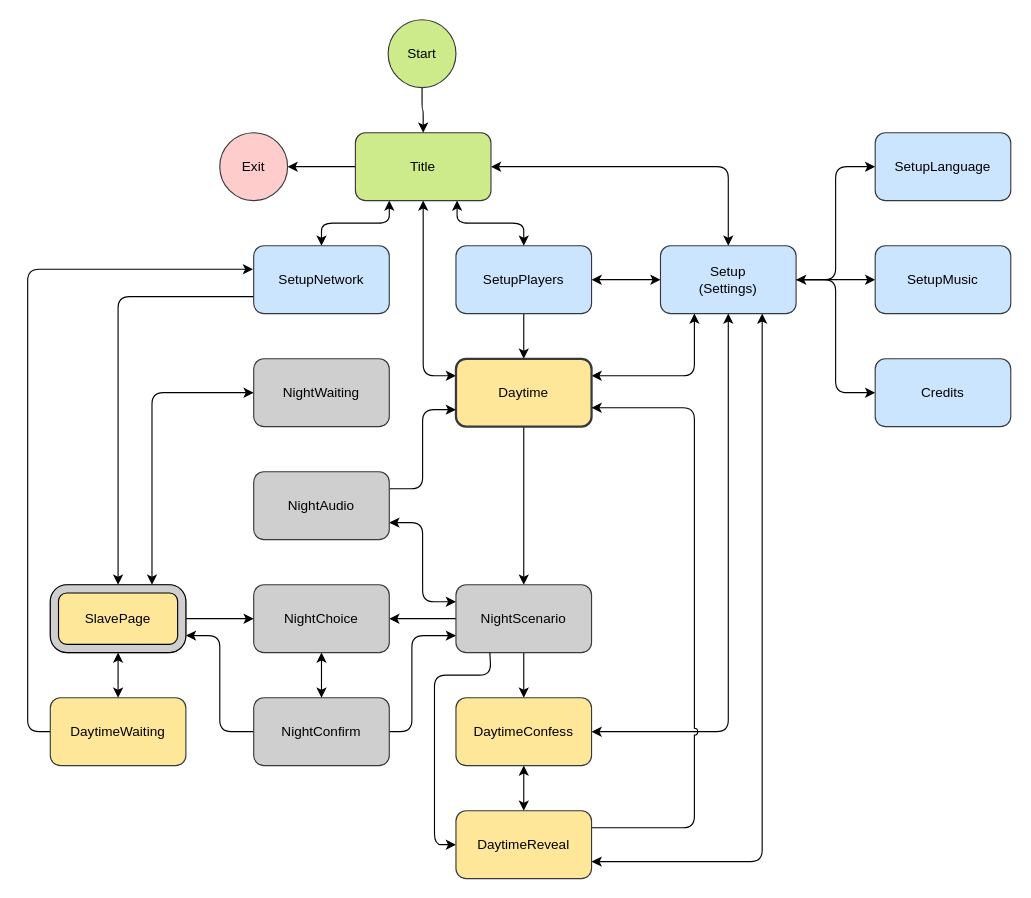
The draw.io diagram doc/Salem1692Moderator.drawio in ruittenb/salem-1692, before the edit. Source tidied: cells renumbered, new cells numbered last; positions are measured from the earlier drawing's top-left corner, leaving out a move shared by most shapes. Both pictures are drawn from the tidied source at 113%, with x=0, y=0 at pixel (50, 19).
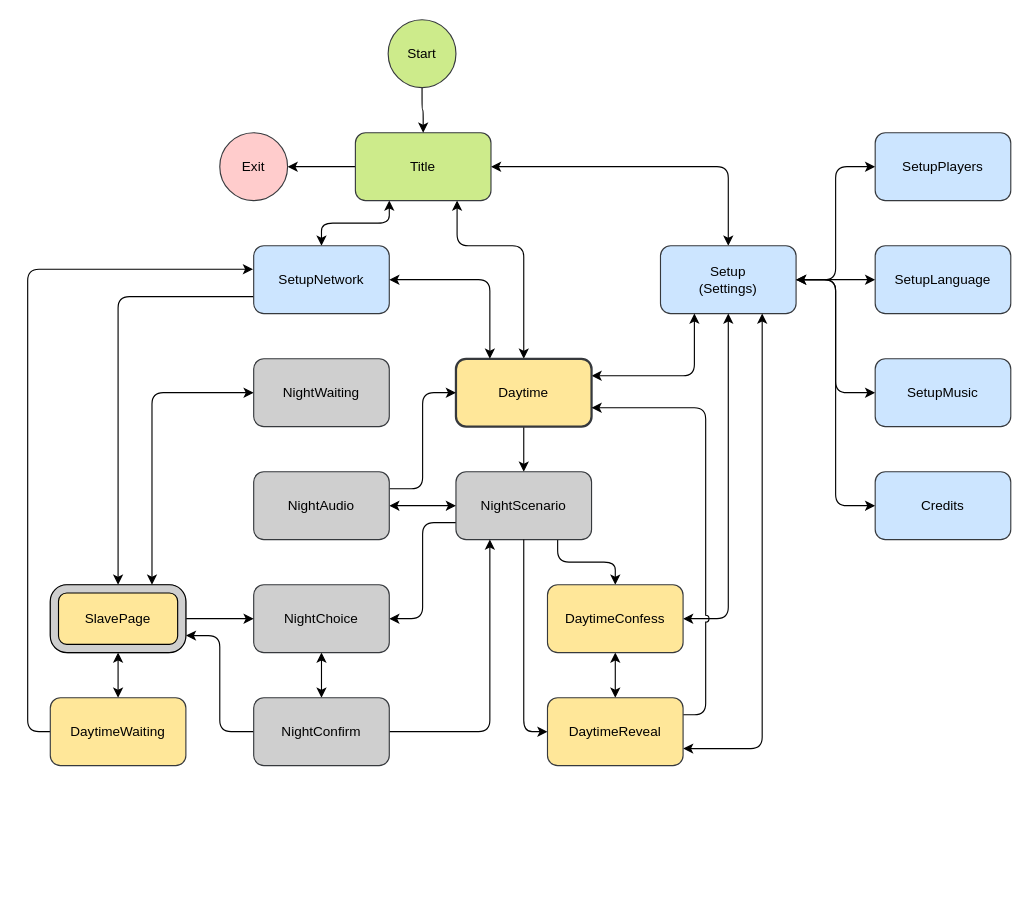
Above is the later version.

Commit message (it also covers changes not shown here):
Updated diagram; also fit on one page

The change refers to these unchanged cells:
```xml
<mxCell id="7" value="Title" style="whiteSpace=wrap;html=1;fillColor=#cdeb8b;strokeColor=#36393d;rounded=1;" parent="1" vertex="1">
  <mxGeometry x="270" y="100" width="120" height="60" as="geometry" />
</mxCell>
<mxCell id="12" value="Setup&lt;br&gt;(Settings)" style="whiteSpace=wrap;html=1;fillColor=#cce5ff;strokeColor=#36393d;rounded=1;" parent="1" vertex="1">
  <mxGeometry x="540" y="200" width="120" height="60" as="geometry" />
</mxCell>
<mxCell id="23" value="Daytime" style="whiteSpace=wrap;html=1;strokeColor=#36393d;fillColor=#FFE799;strokeWidth=2;perimeterSpacing=0;rounded=1;" parent="1" vertex="1">
  <mxGeometry x="359" y="300" width="120" height="60" as="geometry" />
</mxCell>
<mxCell id="30" value="NightAudio" style="whiteSpace=wrap;html=1;strokeColor=#36393d;fillColor=#CFCFCF;rounded=1;" parent="1" vertex="1">
  <mxGeometry x="180" y="400" width="120" height="60" as="geometry" />
</mxCell>
<mxCell id="32" value="NightChoice" style="whiteSpace=wrap;html=1;strokeColor=#36393d;fillColor=#CFCFCF;rounded=1;" parent="1" vertex="1">
  <mxGeometry x="180" y="500" width="120" height="60" as="geometry" />
</mxCell>
<mxCell id="41" value="SetupNetwork" style="whiteSpace=wrap;html=1;fillColor=#cce5ff;strokeColor=#36393d;rounded=1;" parent="1" vertex="1">
  <mxGeometry x="180" y="200" width="120" height="60" as="geometry" />
</mxCell>
<mxCell id="44" value="NightConfirm" style="whiteSpace=wrap;html=1;strokeColor=#36393d;fillColor=#CFCFCF;rounded=1;" parent="1" vertex="1">
  <mxGeometry x="180" y="600" width="120" height="60" as="geometry" />
</mxCell>
```

Diff of the diagram source:
```diff
@@
-    <mxCell id="4" style="edgeStyle=orthogonalEdgeStyle;jettySize=auto;html=1;entryX=0.5;entryY=0;entryDx=0;entryDy=0;exitX=0.75;exitY=1;exitDx=0;exitDy=0;startArrow=classic;startFill=1;" parent="1" edge="1" source="7" target="17">
-      <mxGeometry relative="1" as="geometry" />
-    </mxCell>
@@
-    <mxCell id="6" style="edgeStyle=orthogonalEdgeStyle;comic=0;jumpStyle=arc;jettySize=auto;html=1;entryX=0;entryY=0.25;entryDx=0;entryDy=0;exitX=0.5;exitY=1;exitDx=0;exitDy=0;startArrow=classic;startFill=1;" parent="1" edge="1" source="7" target="23">
-      <mxGeometry relative="1" as="geometry" />
+    <mxCell id="6" style="edgeStyle=orthogonalEdgeStyle;comic=0;jumpStyle=arc;jettySize=auto;html=1;entryX=0.5;entryY=0;entryDx=0;entryDy=0;exitX=0.75;exitY=1;exitDx=0;exitDy=0;startArrow=classic;startFill=1;" parent="1" edge="1" source="7" target="23">
+      <mxGeometry relative="1" as="geometry">
+        <Array as="points">
+          <mxPoint x="360" y="200" />
+          <mxPoint x="419" y="200" />
+        </Array>
+      </mxGeometry>
     </mxCell>
@@
-    <mxCell id="8" style="edgeStyle=orthogonalEdgeStyle;jettySize=auto;html=1;entryX=1;entryY=0.5;entryDx=0;entryDy=0;exitX=0;exitY=0.5;exitDx=0;exitDy=0;startArrow=classic;startFill=1;" parent="1" edge="1" source="12" target="17">
+    <mxCell id="8" style="edgeStyle=orthogonalEdgeStyle;jettySize=auto;html=1;entryX=0;entryY=0.5;entryDx=0;entryDy=0;exitX=1;exitY=0.5;exitDx=0;exitDy=0;startArrow=classic;startFill=1;" parent="1" edge="1" source="12" target="17">
       <mxGeometry relative="1" as="geometry" />
     </mxCell>
@@
-    <mxCell id="10" style="edgeStyle=orthogonalEdgeStyle;jettySize=auto;html=1;startArrow=classic;startFill=1;" parent="1" edge="1" source="12" target="19">
+    <mxCell id="10" style="edgeStyle=orthogonalEdgeStyle;jettySize=auto;html=1;startArrow=classic;startFill=1;entryX=0;entryY=0.5;entryDx=0;entryDy=0;" parent="1" edge="1" source="12" target="19">
       <mxGeometry relative="1" as="geometry" />
     </mxCell>
@@
-    <mxCell id="16" style="jettySize=auto;html=1;entryX=0.5;entryY=0;entryDx=0;entryDy=0;exitX=0.5;exitY=1;exitDx=0;exitDy=0;edgeStyle=orthogonalEdgeStyle;" parent="1" edge="1" source="17" target="23">
-      <mxGeometry relative="1" as="geometry" />
-    </mxCell>
     <mxCell id="17" value="SetupPlayers" style="whiteSpace=wrap;html=1;fillColor=#cce5ff;strokeColor=#36393d;rounded=1;" parent="1" vertex="1">
-      <mxGeometry x="359" y="200" width="120" height="60" as="geometry" />
+      <mxGeometry x="730" y="100" width="120" height="60" as="geometry" />
     </mxCell>
     <mxCell id="18" value="SetupLanguage" style="whiteSpace=wrap;html=1;fillColor=#cce5ff;strokeColor=#36393d;rounded=1;" parent="1" vertex="1">
-      <mxGeometry x="730" y="100" width="120" height="60" as="geometry" />
+      <mxGeometry x="730" y="200" width="120" height="60" as="geometry" />
     </mxCell>
     <mxCell id="19" value="SetupMusic" style="whiteSpace=wrap;html=1;fillColor=#cce5ff;strokeColor=#36393d;rounded=1;" parent="1" vertex="1">
-      <mxGeometry x="730" y="200" width="120" height="60" as="geometry" />
+      <mxGeometry x="730" y="300" width="120" height="60" as="geometry" />
     </mxCell>
     <mxCell id="20" value="Credits" style="whiteSpace=wrap;html=1;fillColor=#cce5ff;strokeColor=#36393d;rounded=1;" parent="1" vertex="1">
-      <mxGeometry x="730" y="300" width="120" height="60" as="geometry" />
+      <mxGeometry x="730" y="400" width="120" height="60" as="geometry" />
     </mxCell>
@@
-    <mxCell id="24" style="edgeStyle=orthogonalEdgeStyle;jettySize=auto;html=1;startArrow=none;startFill=0;" parent="1" edge="1" source="26" target="35">
+    <mxCell id="24" style="edgeStyle=orthogonalEdgeStyle;jettySize=auto;html=1;startArrow=none;startFill=0;exitX=0.75;exitY=1;exitDx=0;exitDy=0;entryX=0.5;entryY=0;entryDx=0;entryDy=0;" parent="1" edge="1" source="26" target="35">
       <mxGeometry relative="1" as="geometry" />
     </mxCell>
-    <mxCell id="25" style="edgeStyle=orthogonalEdgeStyle;jettySize=auto;html=1;entryX=1;entryY=0.5;entryDx=0;entryDy=0;startArrow=none;startFill=0;jumpStyle=arc;exitX=0;exitY=0.5;exitDx=0;exitDy=0;" parent="1" edge="1" source="26" target="32">
+    <mxCell id="25" style="edgeStyle=orthogonalEdgeStyle;jettySize=auto;html=1;entryX=1;entryY=0.5;entryDx=0;entryDy=0;startArrow=none;startFill=0;jumpStyle=arc;exitX=0;exitY=0.75;exitDx=0;exitDy=0;" parent="1" edge="1" source="26" target="32">
       <mxGeometry relative="1" as="geometry" />
     </mxCell>
     <mxCell id="26" value="NightScenario" style="whiteSpace=wrap;html=1;strokeColor=#36393d;fillColor=#CFCFCF;perimeterSpacing=0;rounded=1;" parent="1" vertex="1">
-      <mxGeometry x="359" y="500" width="120" height="60" as="geometry" />
+      <mxGeometry x="359" y="400" width="120" height="60" as="geometry" />
     </mxCell>
-    <mxCell id="27" style="edgeStyle=orthogonalEdgeStyle;jettySize=auto;html=1;exitX=0.25;exitY=1;exitDx=0;exitDy=0;jumpStyle=arc;noJump=0;comic=0;entryX=0;entryY=0.5;entryDx=0;entryDy=0;" parent="1" edge="1" source="26" target="38">
-      <mxGeometry relative="1" as="geometry">
-        <Array as="points">
-          <mxPoint x="390" y="560" />
-          <mxPoint x="390" y="580" />
-          <mxPoint x="340" y="580" />
-          <mxPoint x="340" y="730" />
-        </Array>
-      </mxGeometry>
+    <mxCell id="27" style="edgeStyle=orthogonalEdgeStyle;jettySize=auto;html=1;exitX=0.5;exitY=1;exitDx=0;exitDy=0;jumpStyle=arc;noJump=0;comic=0;entryX=0;entryY=0.5;entryDx=0;entryDy=0;" parent="1" edge="1" source="26" target="38">
+      <mxGeometry relative="1" as="geometry" />
     </mxCell>
-    <mxCell id="28" style="edgeStyle=orthogonalEdgeStyle;jettySize=auto;html=1;exitX=1;exitY=0.25;exitDx=0;exitDy=0;entryX=0;entryY=0.75;entryDx=0;entryDy=0;startArrow=none;startFill=0;" parent="1" edge="1" source="30" target="23">
+    <mxCell id="28" style="edgeStyle=orthogonalEdgeStyle;jettySize=auto;html=1;exitX=1;exitY=0.25;exitDx=0;exitDy=0;entryX=0;entryY=0.5;entryDx=0;entryDy=0;startArrow=none;startFill=0;" parent="1" edge="1" source="30" target="23">
       <mxGeometry relative="1" as="geometry" />
     </mxCell>
-    <mxCell id="29" style="edgeStyle=orthogonalEdgeStyle;comic=0;jumpStyle=arc;jettySize=auto;html=1;entryX=0;entryY=0.25;entryDx=0;entryDy=0;startArrow=classic;startFill=1;startSize=6;exitX=1;exitY=0.75;exitDx=0;exitDy=0;" parent="1" edge="1" source="30" target="26">
+    <mxCell id="29" style="edgeStyle=orthogonalEdgeStyle;comic=0;jumpStyle=arc;jettySize=auto;html=1;entryX=0;entryY=0.5;entryDx=0;entryDy=0;startArrow=classic;startFill=1;startSize=6;exitX=1;exitY=0.5;exitDx=0;exitDy=0;" parent="1" edge="1" source="30" target="26">
       <mxGeometry relative="1" as="geometry" />
     </mxCell>
@@
-    <mxCell id="34" style="edgeStyle=orthogonalEdgeStyle;jettySize=auto;html=1;startArrow=classic;startFill=1;jumpStyle=arc;" parent="1" edge="1" source="35" target="12">
+    <mxCell id="34" style="edgeStyle=orthogonalEdgeStyle;jettySize=auto;html=1;startArrow=classic;startFill=1;jumpStyle=arc;exitX=1;exitY=0.5;exitDx=0;exitDy=0;" parent="1" edge="1" source="35" target="12">
       <mxGeometry relative="1" as="geometry" />
     </mxCell>
     <mxCell id="35" value="DaytimeConfess" style="whiteSpace=wrap;html=1;strokeColor=#36393d;fillColor=#FFE799;rounded=1;" parent="1" vertex="1">
-      <mxGeometry x="359" y="600" width="120" height="60" as="geometry" />
+      <mxGeometry x="440" y="500" width="120" height="60" as="geometry" />
     </mxCell>
@@
     <mxCell id="37" style="edgeStyle=orthogonalEdgeStyle;comic=0;jumpStyle=arc;jettySize=auto;html=1;entryX=1;entryY=0.722;entryDx=0;entryDy=0;entryPerimeter=0;exitX=1;exitY=0.25;exitDx=0;exitDy=0;" parent="1" edge="1" source="38" target="23">
       <mxGeometry relative="1" as="geometry">
         <Array as="points">
-          <mxPoint x="570" y="715" />
-          <mxPoint x="570" y="343" />
+          <mxPoint x="580" y="615" />
+          <mxPoint x="580" y="343" />
         </Array>
       </mxGeometry>
     </mxCell>
     <mxCell id="38" value="DaytimeReveal" style="whiteSpace=wrap;html=1;strokeColor=#36393d;fillColor=#FFE799;rounded=1;" parent="1" vertex="1">
-      <mxGeometry x="359" y="700" width="120" height="60" as="geometry" />
+      <mxGeometry x="440" y="600" width="120" height="60" as="geometry" />
     </mxCell>
@@
-    <mxCell id="42" style="edgeStyle=orthogonalEdgeStyle;comic=0;jumpStyle=arc;jettySize=auto;html=1;entryX=0;entryY=0.75;entryDx=0;entryDy=0;startArrow=none;startFill=0;startSize=6;exitX=1;exitY=0.5;exitDx=0;exitDy=0;" parent="1" edge="1" source="44" target="26">
-      <mxGeometry relative="1" as="geometry">
-        <Array as="points">
-          <mxPoint x="320" y="630" />
-          <mxPoint x="320" y="545" />
-        </Array>
-      </mxGeometry>
+    <mxCell id="42" style="edgeStyle=orthogonalEdgeStyle;comic=0;jumpStyle=arc;jettySize=auto;html=1;entryX=0.25;entryY=1;entryDx=0;entryDy=0;startArrow=none;startFill=0;startSize=6;exitX=1;exitY=0.5;exitDx=0;exitDy=0;" parent="1" edge="1" source="44" target="26">
+      <mxGeometry relative="1" as="geometry" />
     </mxCell>
@@
+    <mxCell id="52" style="edgeStyle=orthogonalEdgeStyle;comic=0;jumpStyle=arc;jettySize=auto;html=1;entryX=0.25;entryY=0;entryDx=0;entryDy=0;startArrow=classic;startFill=1;exitX=1;exitY=0.5;exitDx=0;exitDy=0;" parent="1" edge="1" source="41" target="23">
+      <mxGeometry relative="1" as="geometry" />
+    </mxCell>
```
